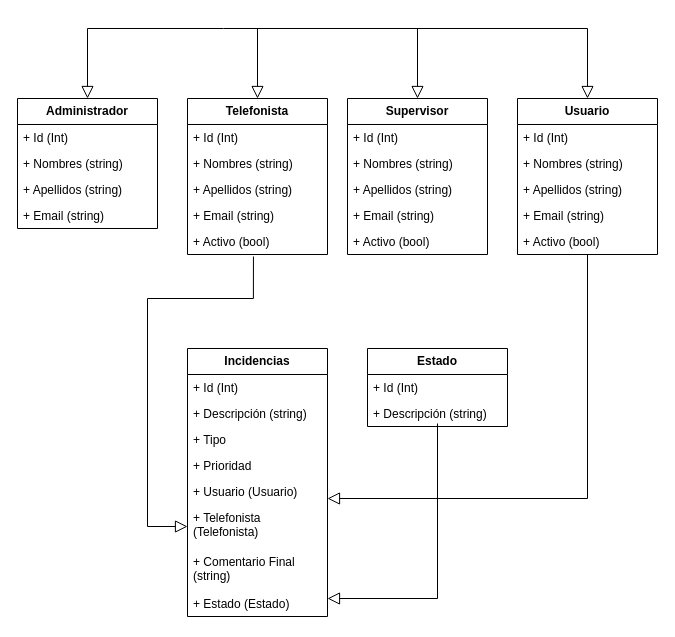
Above: Modelo de Dominio/TPC Call Center - Grupo 14A.drawio in vazquezdev1/tp-cuatrimestral-call-center-grupo-14-A (draw.io), before the change. Source tidied: cells renumbered, new cells numbered last; positions are measured from the earlier drawing's top-left corner, leaving out a move shared by most shapes. Both pictures are drawn from the tidied source at 100%, with x=0, y=0 at pixel (17, 28).
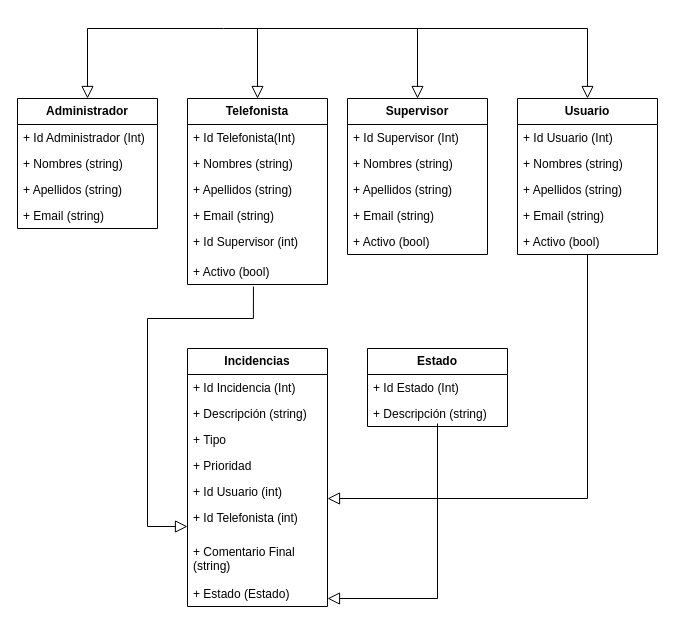
After the change.

The change refers to these unchanged cells:
```xml
<mxCell id="13" value="&lt;b&gt;Usuario&lt;/b&gt;" style="swimlane;fontStyle=0;horizontal=1;startSize=26;fillColor=none;whiteSpace=wrap;html=1;" parent="1" vertex="1">
  <mxGeometry x="500" y="70" width="140" height="156" as="geometry" />
</mxCell>
<mxCell id="19" value="&lt;b&gt;Administrador&lt;/b&gt;" style="swimlane;fontStyle=0;horizontal=1;startSize=26;fillColor=none;whiteSpace=wrap;html=1;" parent="1" vertex="1">
  <mxGeometry y="70" width="140" height="130" as="geometry" />
</mxCell>
<mxCell id="30" value="&lt;b&gt;Supervisor&lt;/b&gt;" style="swimlane;fontStyle=0;horizontal=1;startSize=26;fillColor=none;whiteSpace=wrap;html=1;" parent="1" vertex="1">
  <mxGeometry x="330" y="70" width="140" height="156" as="geometry" />
</mxCell>
<mxCell id="36" value="&lt;b&gt;Estado&lt;/b&gt;" style="swimlane;fontStyle=0;horizontal=1;startSize=26;fillColor=none;whiteSpace=wrap;html=1;" parent="1" vertex="1">
  <mxGeometry x="350" y="320" width="140" height="78" as="geometry" />
</mxCell>
```

Diff of the diagram source:
```diff
@@
     <mxCell id="3" style="endArrow=block;endSize=10;endFill=0;shadow=0;strokeWidth=1;rounded=0;edgeStyle=orthogonalEdgeStyle;elbow=vertical;exitX=0.471;exitY=1.077;exitDx=0;exitDy=0;exitPerimeter=0;" parent="1" edge="1" source="29" target="10">
       <mxGeometry relative="1" as="geometry">
         <Array as="points">
-          <mxPoint x="236" y="270" />
-          <mxPoint x="130" y="270" />
+          <mxPoint x="236" y="290" />
+          <mxPoint x="130" y="290" />
           <mxPoint x="130" y="498" />
         </Array>
       </mxGeometry>
     </mxCell>
     <mxCell id="4" value="&lt;b&gt;Incidencias&lt;/b&gt;" style="swimlane;fontStyle=0;horizontal=1;startSize=26;fillColor=none;whiteSpace=wrap;html=1;" parent="1" vertex="1">
-      <mxGeometry x="170" y="320" width="140" height="268" as="geometry" />
+      <mxGeometry x="170" y="320" width="140" height="258" as="geometry" />
     </mxCell>
-    <mxCell id="5" value="+ Id (Int)" style="text;strokeColor=none;fillColor=none;align=left;verticalAlign=top;spacingLeft=4;spacingRight=4;overflow=hidden;whiteSpace=wrap;html=1;" parent="4" vertex="1">
+    <mxCell id="5" value="+ Id Incidencia (Int)" style="text;strokeColor=none;fillColor=none;align=left;verticalAlign=top;spacingLeft=4;spacingRight=4;overflow=hidden;whiteSpace=wrap;html=1;" parent="4" vertex="1">
       <mxGeometry y="26" width="140" height="26" as="geometry" />
     </mxCell>
@@
-    <mxCell id="9" value="+ Usuario (Usuario)" style="text;strokeColor=none;fillColor=none;align=left;verticalAlign=top;spacingLeft=4;spacingRight=4;overflow=hidden;points=[[0,0.5],[1,0.5]];portConstraint=eastwest;whiteSpace=wrap;html=1;" parent="4" vertex="1">
+    <mxCell id="9" value="+ Id Usuario (int)" style="text;strokeColor=none;fillColor=none;align=left;verticalAlign=top;spacingLeft=4;spacingRight=4;overflow=hidden;points=[[0,0.5],[1,0.5]];portConstraint=eastwest;whiteSpace=wrap;html=1;" parent="4" vertex="1">
       <mxGeometry y="130" width="140" height="26" as="geometry" />
     </mxCell>
-    <mxCell id="10" value="+ Telefonista (Telefonista)" style="text;strokeColor=none;fillColor=none;align=left;verticalAlign=top;spacingLeft=4;spacingRight=4;overflow=hidden;points=[[0,0.5],[1,0.5]];portConstraint=eastwest;whiteSpace=wrap;html=1;" parent="4" vertex="1">
-      <mxGeometry y="156" width="140" height="44" as="geometry" />
+    <mxCell id="10" value="+ Id Telefonista (int)" style="text;strokeColor=none;fillColor=none;align=left;verticalAlign=top;spacingLeft=4;spacingRight=4;overflow=hidden;points=[[0,0.5],[1,0.5]];portConstraint=eastwest;whiteSpace=wrap;html=1;" parent="4" vertex="1">
+      <mxGeometry y="156" width="140" height="34" as="geometry" />
     </mxCell>
     <mxCell id="11" value="+ Comentario Final (string)" style="text;strokeColor=none;fillColor=none;align=left;verticalAlign=top;spacingLeft=4;spacingRight=4;overflow=hidden;whiteSpace=wrap;html=1;" parent="4" vertex="1">
-      <mxGeometry y="200" width="140" height="42" as="geometry" />
+      <mxGeometry y="190" width="140" height="42" as="geometry" />
     </mxCell>
     <mxCell id="12" value="+ Estado (Estado)" style="text;strokeColor=none;fillColor=none;align=left;verticalAlign=top;spacingLeft=4;spacingRight=4;overflow=hidden;points=[[0,0.5],[1,0.5]];portConstraint=eastwest;whiteSpace=wrap;html=1;" parent="4" vertex="1">
-      <mxGeometry y="242" width="140" height="26" as="geometry" />
+      <mxGeometry y="232" width="140" height="26" as="geometry" />
     </mxCell>
@@
-    <mxCell id="14" value="+ Id (Int)" style="text;strokeColor=none;fillColor=none;align=left;verticalAlign=top;spacingLeft=4;spacingRight=4;overflow=hidden;whiteSpace=wrap;html=1;" parent="13" vertex="1">
+    <mxCell id="14" value="+ Id Usuario (Int)" style="text;strokeColor=none;fillColor=none;align=left;verticalAlign=top;spacingLeft=4;spacingRight=4;overflow=hidden;whiteSpace=wrap;html=1;" parent="13" vertex="1">
       <mxGeometry y="26" width="140" height="26" as="geometry" />
     </mxCell>
@@
-    <mxCell id="20" value="+ Id (Int)" style="text;strokeColor=none;fillColor=none;align=left;verticalAlign=top;spacingLeft=4;spacingRight=4;overflow=hidden;whiteSpace=wrap;html=1;" parent="19" vertex="1">
+    <mxCell id="20" value="+ Id Administrador (Int)" style="text;strokeColor=none;fillColor=none;align=left;verticalAlign=top;spacingLeft=4;spacingRight=4;overflow=hidden;whiteSpace=wrap;html=1;" parent="19" vertex="1">
       <mxGeometry y="26" width="140" height="26" as="geometry" />
     </mxCell>
@@
     <mxCell id="24" value="&lt;b&gt;Telefonista&lt;/b&gt;" style="swimlane;fontStyle=0;horizontal=1;startSize=26;fillColor=none;whiteSpace=wrap;html=1;" parent="1" vertex="1">
-      <mxGeometry x="170" y="70" width="140" height="156" as="geometry" />
+      <mxGeometry x="170" y="70" width="140" height="186" as="geometry" />
     </mxCell>
-    <mxCell id="25" value="+ Id (Int)" style="text;strokeColor=none;fillColor=none;align=left;verticalAlign=top;spacingLeft=4;spacingRight=4;overflow=hidden;whiteSpace=wrap;html=1;" parent="24" vertex="1">
+    <mxCell id="25" value="+ Id Telefonista(Int)" style="text;strokeColor=none;fillColor=none;align=left;verticalAlign=top;spacingLeft=4;spacingRight=4;overflow=hidden;whiteSpace=wrap;html=1;" parent="24" vertex="1">
       <mxGeometry y="26" width="140" height="26" as="geometry" />
     </mxCell>
@@
+    <mxCell id="44" value="+ Id Supervisor (int)" style="text;strokeColor=none;fillColor=none;align=left;verticalAlign=top;spacingLeft=4;spacingRight=4;overflow=hidden;whiteSpace=wrap;html=1;" parent="24" vertex="1">
+      <mxGeometry y="130" width="140" height="30" as="geometry" />
+    </mxCell>
     <mxCell id="29" value="+ Activo (bool)" style="text;strokeColor=none;fillColor=none;align=left;verticalAlign=top;spacingLeft=4;spacingRight=4;overflow=hidden;points=[[0,0.5],[1,0.5]];portConstraint=eastwest;whiteSpace=wrap;html=1;" parent="24" vertex="1">
-      <mxGeometry y="130" width="140" height="26" as="geometry" />
+      <mxGeometry y="160" width="140" height="26" as="geometry" />
     </mxCell>
@@
-    <mxCell id="31" value="+ Id (Int)" style="text;strokeColor=none;fillColor=none;align=left;verticalAlign=top;spacingLeft=4;spacingRight=4;overflow=hidden;whiteSpace=wrap;html=1;" parent="30" vertex="1">
+    <mxCell id="31" value="+ Id Supervisor (Int)" style="text;strokeColor=none;fillColor=none;align=left;verticalAlign=top;spacingLeft=4;spacingRight=4;overflow=hidden;whiteSpace=wrap;html=1;" parent="30" vertex="1">
       <mxGeometry y="26" width="140" height="26" as="geometry" />
     </mxCell>
@@
-    <mxCell id="37" value="+ Id (Int)" style="text;strokeColor=none;fillColor=none;align=left;verticalAlign=top;spacingLeft=4;spacingRight=4;overflow=hidden;whiteSpace=wrap;html=1;" parent="36" vertex="1">
+    <mxCell id="37" value="+ Id Estado (Int)" style="text;strokeColor=none;fillColor=none;align=left;verticalAlign=top;spacingLeft=4;spacingRight=4;overflow=hidden;whiteSpace=wrap;html=1;" parent="36" vertex="1">
       <mxGeometry y="26" width="140" height="26" as="geometry" />
     </mxCell>
```
